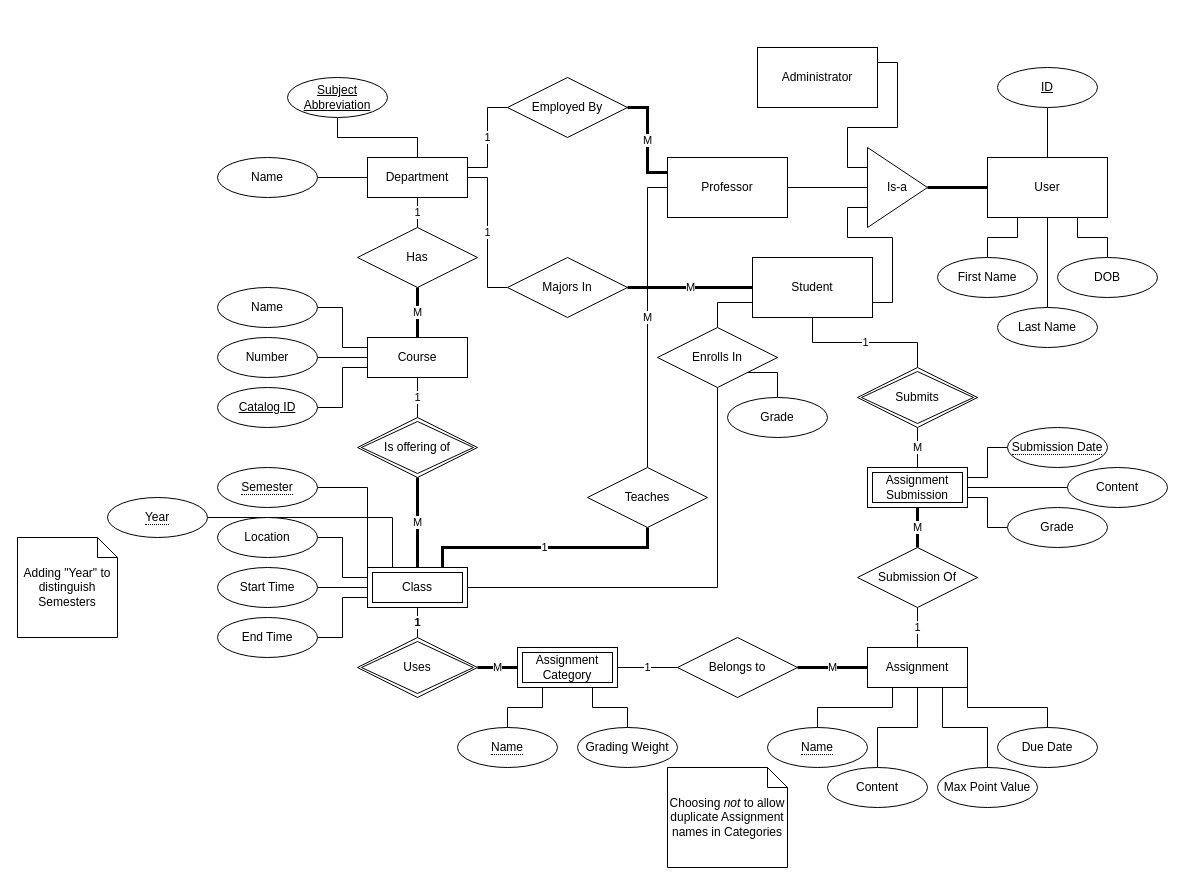
Above: Summer2026/CS6016/ProjectPhase1/Phase1_ERDiagram.drawio in Jonapulse/MSD (draw.io), before the change. Source tidied: cells renumbered, new cells numbered last; positions are measured from the earlier drawing's top-left corner, leaving out a move shared by most shapes. Both pictures are drawn from the tidied source at 100%, with x=0, y=0 at pixel (17, 47).
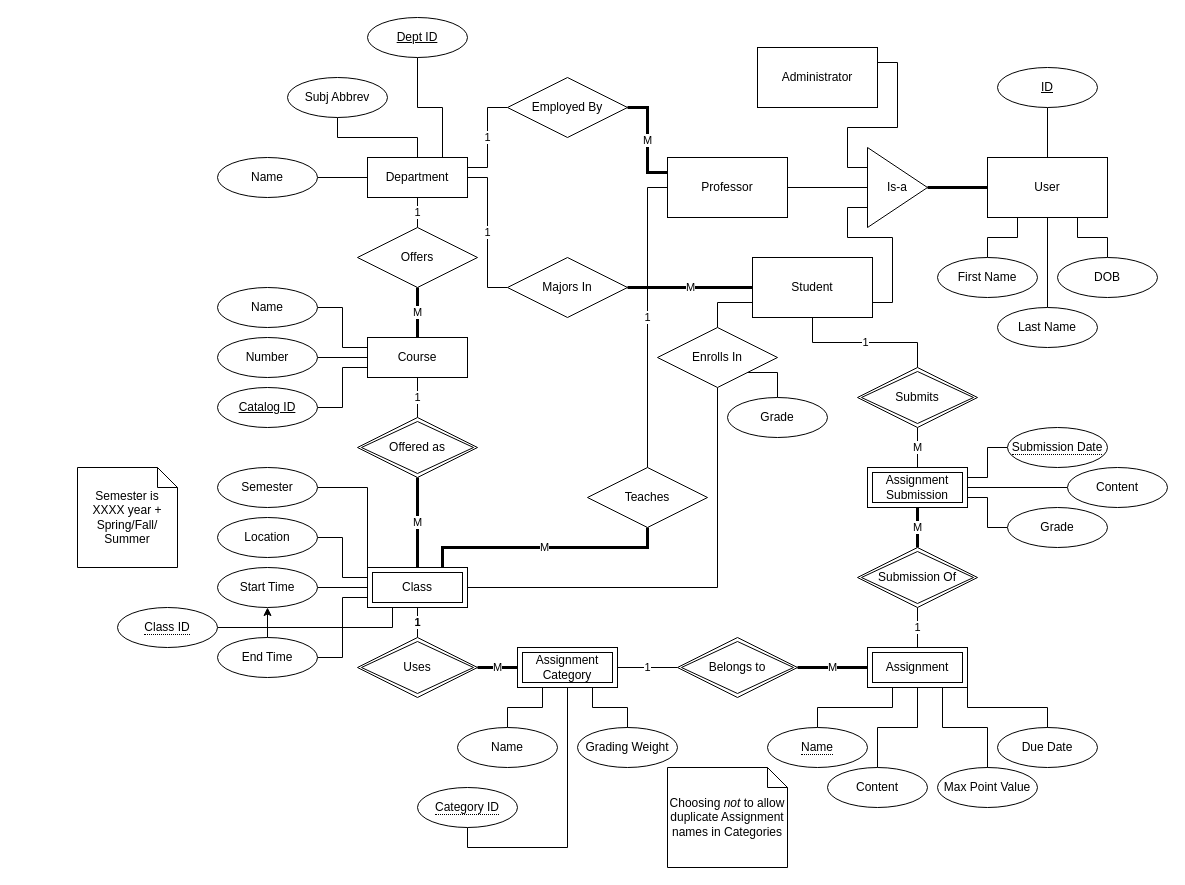
The same page after the edit.

Unchanged cells that the change refers to:
```xml
<mxCell id="12" value="Professor" style="rounded=0;whiteSpace=wrap;html=1;" parent="1" vertex="1">
  <mxGeometry x="650" y="110" width="120" height="60" as="geometry" />
</mxCell>
<mxCell id="25" value="Department" style="whiteSpace=wrap;html=1;align=center;" parent="1" vertex="1">
  <mxGeometry x="350" y="110" width="100" height="40" as="geometry" />
</mxCell>
<mxCell id="45" value="Class" style="shape=ext;margin=3;double=1;whiteSpace=wrap;html=1;align=center;" parent="1" vertex="1">
  <mxGeometry x="350" y="520" width="100" height="40" as="geometry" />
</mxCell>
<mxCell id="47" value="Start Time" style="ellipse;whiteSpace=wrap;html=1;align=center;" parent="1" vertex="1">
  <mxGeometry x="200" y="520" width="100" height="40" as="geometry" />
</mxCell>
<mxCell id="50" value="Teaches" style="shape=rhombus;perimeter=rhombusPerimeter;whiteSpace=wrap;html=1;align=center;" parent="1" vertex="1">
  <mxGeometry x="570" y="420" width="120" height="60" as="geometry" />
</mxCell>
<mxCell id="81" value="Assignment Category" style="shape=ext;margin=3;double=1;whiteSpace=wrap;html=1;align=center;" parent="1" vertex="1">
  <mxGeometry x="500" y="600" width="100" height="40" as="geometry" />
</mxCell>
```

Change to the diagram source:
```diff
@@
-    <mxCell id="11" value="M" style="edgeStyle=orthogonalEdgeStyle;rounded=0;jettySize=auto;html=1;exitX=0;exitY=0.5;exitDx=0;exitDy=0;endArrow=none;endFill=0;strokeWidth=1;" parent="1" edge="1" source="12" target="50">
+    <mxCell id="11" value="1" style="edgeStyle=orthogonalEdgeStyle;rounded=0;jettySize=auto;html=1;exitX=0;exitY=0.5;exitDx=0;exitDy=0;endArrow=none;endFill=0;strokeWidth=1;" parent="1" edge="1" source="12" target="50">
       <mxGeometry relative="1" as="geometry" />
     </mxCell>
@@
-    <mxCell id="22" style="edgeStyle=orthogonalEdgeStyle;rounded=0;jettySize=auto;html=1;exitX=0.5;exitY=0;exitDx=0;exitDy=0;entryX=0.5;entryY=1;entryDx=0;entryDy=0;endArrow=none;endFill=0;" parent="1" edge="1" source="25" target="29">
+    <mxCell id="22" style="edgeStyle=orthogonalEdgeStyle;rounded=0;jettySize=auto;html=1;exitX=0.5;exitY=0;exitDx=0;exitDy=0;entryX=0.5;entryY=1;entryDx=0;entryDy=0;endArrow=none;endFill=0;" parent="1" edge="1" source="25" target="102">
       <mxGeometry relative="1" as="geometry" />
     </mxCell>
@@
-    <mxCell id="29" value="Subject Abbreviation" style="ellipse;whiteSpace=wrap;html=1;align=center;fontStyle=4;" parent="1" vertex="1">
-      <mxGeometry x="270" y="30" width="100" height="40" as="geometry" />
-    </mxCell>
@@
-    <mxCell id="44" style="edgeStyle=orthogonalEdgeStyle;rounded=0;jettySize=auto;html=1;exitX=0.25;exitY=0;exitDx=0;exitDy=0;entryX=1;entryY=0.5;entryDx=0;entryDy=0;startArrow=none;startFill=0;endArrow=none;endFill=0;" parent="1" edge="1" source="45" target="94">
-      <mxGeometry relative="1" as="geometry" />
-    </mxCell>
+    <mxCell id="97" style="edgeStyle=orthogonalEdgeStyle;rounded=0;jettySize=auto;html=1;exitX=0.25;exitY=1;exitDx=0;exitDy=0;endArrow=none;endFill=0;" parent="1" edge="1" source="45" target="104">
+      <mxGeometry relative="1" as="geometry" />
+    </mxCell>
@@
+    <mxCell id="98" style="edgeStyle=orthogonalEdgeStyle;rounded=0;jettySize=auto;html=1;" parent="1" edge="1" source="48" target="47">
+      <mxGeometry relative="1" as="geometry" />
+    </mxCell>
     <mxCell id="48" value="End Time" style="ellipse;whiteSpace=wrap;html=1;align=center;" parent="1" vertex="1">
-      <mxGeometry x="200" y="570" width="100" height="40" as="geometry" />
+      <mxGeometry x="200" y="590" width="100" height="40" as="geometry" />
     </mxCell>
-    <mxCell id="49" value="1" style="edgeStyle=orthogonalEdgeStyle;rounded=0;jettySize=auto;html=1;exitX=0.5;exitY=1;exitDx=0;exitDy=0;entryX=0.75;entryY=0;entryDx=0;entryDy=0;endArrow=none;endFill=0;strokeWidth=3;" parent="1" edge="1" source="50" target="45">
+    <mxCell id="49" value="M" style="edgeStyle=orthogonalEdgeStyle;rounded=0;jettySize=auto;html=1;exitX=0.5;exitY=1;exitDx=0;exitDy=0;entryX=0.75;entryY=0;entryDx=0;entryDy=0;endArrow=none;endFill=0;strokeWidth=3;" parent="1" edge="1" source="50" target="45">
       <mxGeometry relative="1" as="geometry" />
     </mxCell>
@@
-    <mxCell id="61" value="Assignment" style="whiteSpace=wrap;html=1;align=center;" parent="1" vertex="1">
-      <mxGeometry x="850" y="600" width="100" height="40" as="geometry" />
-    </mxCell>
@@
-    <mxCell id="65" value="Has" style="shape=rhombus;perimeter=rhombusPerimeter;whiteSpace=wrap;html=1;align=center;" parent="1" vertex="1">
+    <mxCell id="65" value="Offers" style="shape=rhombus;perimeter=rhombusPerimeter;whiteSpace=wrap;html=1;align=center;" parent="1" vertex="1">
       <mxGeometry x="340" y="180" width="120" height="60" as="geometry" />
     </mxCell>
@@
-    <mxCell id="70" value="1" style="edgeStyle=orthogonalEdgeStyle;rounded=0;jettySize=auto;html=1;exitX=0.5;exitY=1;exitDx=0;exitDy=0;endArrow=none;endFill=0;" parent="1" edge="1" source="71" target="61">
+    <mxCell id="70" value="1" style="edgeStyle=orthogonalEdgeStyle;rounded=0;jettySize=auto;html=1;exitX=0.5;exitY=1;exitDx=0;exitDy=0;endArrow=none;endFill=0;entryX=0.5;entryY=0;entryDx=0;entryDy=0;" parent="1" edge="1" source="71" target="61">
       <mxGeometry relative="1" as="geometry" />
     </mxCell>
-    <mxCell id="71" value="Submission Of" style="shape=rhombus;perimeter=rhombusPerimeter;whiteSpace=wrap;html=1;align=center;" parent="1" vertex="1">
-      <mxGeometry x="840" y="500" width="120" height="60" as="geometry" />
-    </mxCell>
@@
-    <mxCell id="74" value="Belongs to" style="shape=rhombus;perimeter=rhombusPerimeter;whiteSpace=wrap;html=1;align=center;" parent="1" vertex="1">
-      <mxGeometry x="660" y="590" width="120" height="60" as="geometry" />
-    </mxCell>
@@
+    <mxCell id="99" style="edgeStyle=orthogonalEdgeStyle;rounded=0;jettySize=auto;html=1;exitX=0.5;exitY=1;exitDx=0;exitDy=0;entryX=0.5;entryY=1;entryDx=0;entryDy=0;endArrow=none;endFill=0;" parent="1" edge="1" source="81" target="103">
+      <mxGeometry relative="1" as="geometry" />
+    </mxCell>
@@
-    <mxCell id="83" value="&lt;span style=&quot;border-bottom-width: 1px; border-bottom-style: dotted; border-bottom-color: currentcolor;&quot;&gt;Semester&lt;/span&gt;" style="ellipse;whiteSpace=wrap;html=1;align=center;" parent="1" vertex="1">
+    <mxCell id="83" value="Semester" style="ellipse;whiteSpace=wrap;html=1;align=center;" parent="1" vertex="1">
       <mxGeometry x="200" y="420" width="100" height="40" as="geometry" />
     </mxCell>
-    <mxCell id="84" value="&lt;span style=&quot;border-bottom-width: 1px; border-bottom-style: dotted; border-bottom-color: currentcolor;&quot;&gt;Name&lt;/span&gt;" style="ellipse;whiteSpace=wrap;html=1;align=center;" parent="1" vertex="1">
-      <mxGeometry x="440" y="680" width="100" height="40" as="geometry" />
-    </mxCell>
@@
-    <mxCell id="91" value="Is offering of" style="shape=rhombus;double=1;perimeter=rhombusPerimeter;whiteSpace=wrap;html=1;align=center;" parent="1" vertex="1">
+    <mxCell id="91" value="Offered as" style="shape=rhombus;double=1;perimeter=rhombusPerimeter;whiteSpace=wrap;html=1;align=center;" parent="1" vertex="1">
       <mxGeometry x="340" y="370" width="120" height="60" as="geometry" />
     </mxCell>
@@
-    <mxCell id="94" value="&lt;span style=&quot;border-bottom-width: 1px; border-bottom-style: dotted; border-bottom-color: currentcolor;&quot;&gt;Year&lt;/span&gt;" style="ellipse;whiteSpace=wrap;html=1;align=center;" parent="1" vertex="1">
-      <mxGeometry x="90" y="450" width="100" height="40" as="geometry" />
-    </mxCell>
-    <mxCell id="95" value="Adding &quot;Year&quot; to distinguish Semesters" style="shape=note;size=20;whiteSpace=wrap;html=1;" parent="1" vertex="1">
-      <mxGeometry y="490" width="100" height="100" as="geometry" />
+    <mxCell id="95" value="Semester is XXXX year + Spring/Fall/&lt;div&gt;Summer&lt;/div&gt;" style="shape=note;size=20;whiteSpace=wrap;html=1;" parent="1" vertex="1">
+      <mxGeometry x="60" y="420" width="100" height="100" as="geometry" />
     </mxCell>
@@
+    <mxCell id="61" value="Assignment" style="shape=ext;margin=3;double=1;whiteSpace=wrap;html=1;align=center;" parent="1" vertex="1">
+      <mxGeometry x="850" y="600" width="100" height="40" as="geometry" />
+    </mxCell>
+    <mxCell id="74" value="Belongs to" style="shape=rhombus;double=1;perimeter=rhombusPerimeter;whiteSpace=wrap;html=1;align=center;" parent="1" vertex="1">
+      <mxGeometry x="660" y="590" width="120" height="60" as="geometry" />
+    </mxCell>
+    <mxCell id="71" value="Submission Of" style="shape=rhombus;double=1;perimeter=rhombusPerimeter;whiteSpace=wrap;html=1;align=center;" parent="1" vertex="1">
+      <mxGeometry x="840" y="500" width="120" height="60" as="geometry" />
+    </mxCell>
+    <mxCell id="100" style="edgeStyle=orthogonalEdgeStyle;rounded=0;jettySize=auto;html=1;entryX=0.75;entryY=0;entryDx=0;entryDy=0;endArrow=none;endFill=0;" parent="1" edge="1" source="101" target="25">
+      <mxGeometry relative="1" as="geometry" />
+    </mxCell>
+    <mxCell id="101" value="Dept ID" style="ellipse;whiteSpace=wrap;html=1;align=center;fontStyle=4;" parent="1" vertex="1">
+      <mxGeometry x="350" y="-30" width="100" height="40" as="geometry" />
+    </mxCell>
+    <mxCell id="102" value="Subj Abbrev" style="ellipse;whiteSpace=wrap;html=1;align=center;" parent="1" vertex="1">
+      <mxGeometry x="270" y="30" width="100" height="40" as="geometry" />
+    </mxCell>
+    <mxCell id="84" value="Name" style="ellipse;whiteSpace=wrap;html=1;align=center;" parent="1" vertex="1">
+      <mxGeometry x="440" y="680" width="100" height="40" as="geometry" />
+    </mxCell>
+    <mxCell id="103" value="&lt;span style=&quot;border-bottom-width: 1px; border-bottom-style: dotted; border-bottom-color: currentcolor;&quot;&gt;Category ID&lt;/span&gt;" style="ellipse;whiteSpace=wrap;html=1;align=center;" parent="1" vertex="1">
+      <mxGeometry x="400" y="740" width="100" height="40" as="geometry" />
+    </mxCell>
+    <mxCell id="104" value="&lt;span style=&quot;border-bottom-width: 1px; border-bottom-style: dotted; border-bottom-color: currentcolor;&quot;&gt;Class ID&lt;/span&gt;" style="ellipse;whiteSpace=wrap;html=1;align=center;" parent="1" vertex="1">
+      <mxGeometry x="100" y="560" width="100" height="40" as="geometry" />
+    </mxCell>
```
